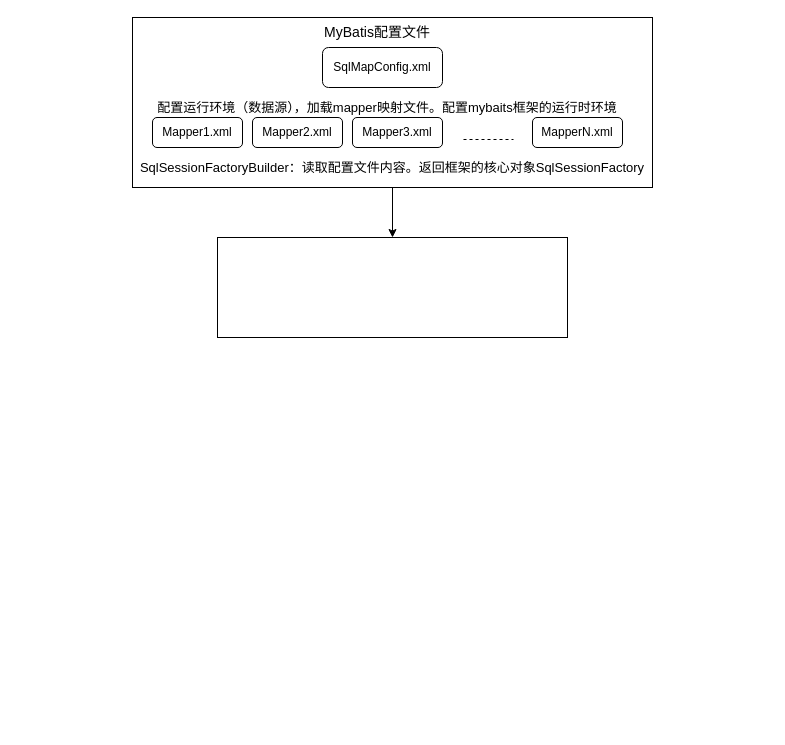
The draw.io diagram note attachments/02-后端框架/04-MyBatis/MyBatis框架执行流程.drawio in MooNkirA/code-learning-note, before the edit. Source tidied: cells renumbered, new cells numbered last; positions are measured from the earlier drawing's top-left corner, leaving out a move shared by most shapes. Both pictures are drawn from the tidied source at 100%, with x=0, y=0 at pixel (132, 17).
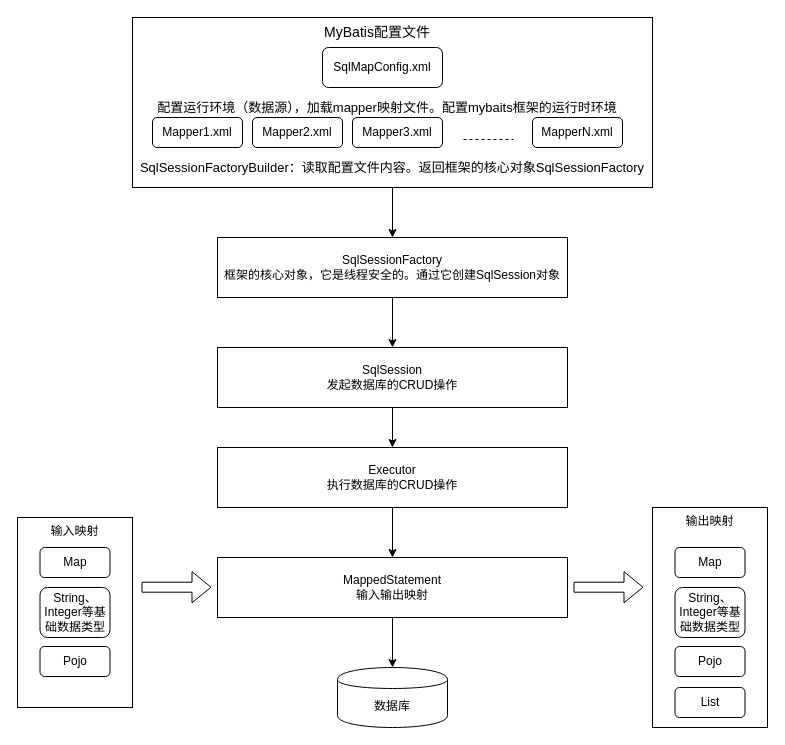
Above is the later version.

What changed in the source:
```diff
@@
+    <mxCell id="14" value="输入映射" style="rounded=0;whiteSpace=wrap;html=1;verticalAlign=top;" parent="1" vertex="1">
+      <mxGeometry x="-115" y="500" width="115" height="190" as="geometry" />
+    </mxCell>
+    <mxCell id="15" value="输出映射" style="rounded=0;whiteSpace=wrap;html=1;verticalAlign=top;" parent="1" vertex="1">
+      <mxGeometry x="520" y="490" width="115" height="220" as="geometry" />
+    </mxCell>
@@
+    <mxCell id="16" style="edgeStyle=orthogonalEdgeStyle;rounded=0;jettySize=auto;html=1;" parent="1" edge="1" source="13" target="18">
+      <mxGeometry relative="1" as="geometry" />
+    </mxCell>
-    <mxCell id="13" style="rounded=0;whiteSpace=wrap;html=1;" parent="1" vertex="1">
-      <mxGeometry x="85" y="220" width="350" height="100" as="geometry" />
+    <mxCell id="13" value="&lt;div&gt;SqlSessionFactory&lt;/div&gt;&lt;div&gt;框架的核心对象，它是线程安全的。通过它创建SqlSession对象&lt;/div&gt;" style="rounded=0;whiteSpace=wrap;html=1;" parent="1" vertex="1">
+      <mxGeometry x="85" y="220" width="350" height="60" as="geometry" />
     </mxCell>
+    <mxCell id="17" style="edgeStyle=orthogonalEdgeStyle;rounded=0;jettySize=auto;html=1;" parent="1" edge="1" source="18" target="20">
+      <mxGeometry relative="1" as="geometry" />
+    </mxCell>
+    <mxCell id="18" value="&lt;div&gt;SqlSession&lt;/div&gt;&lt;div&gt;发起数据库的CRUD操作&lt;/div&gt;" style="rounded=0;whiteSpace=wrap;html=1;" parent="1" vertex="1">
+      <mxGeometry x="85" y="330" width="350" height="60" as="geometry" />
+    </mxCell>
+    <mxCell id="19" style="edgeStyle=orthogonalEdgeStyle;rounded=0;jettySize=auto;html=1;" parent="1" edge="1" source="20" target="22">
+      <mxGeometry relative="1" as="geometry" />
+    </mxCell>
+    <mxCell id="20" value="&lt;div&gt;Executor&lt;/div&gt;&lt;div&gt;执行数据库的CRUD操作&lt;/div&gt;" style="rounded=0;whiteSpace=wrap;html=1;" parent="1" vertex="1">
+      <mxGeometry x="85" y="430" width="350" height="60" as="geometry" />
+    </mxCell>
+    <mxCell id="21" style="edgeStyle=orthogonalEdgeStyle;rounded=0;jettySize=auto;html=1;" parent="1" edge="1" source="22" target="23">
+      <mxGeometry relative="1" as="geometry" />
+    </mxCell>
+    <mxCell id="22" value="&lt;div&gt;MappedStatement&lt;/div&gt;&lt;div&gt;输入输出映射&lt;/div&gt;" style="rounded=0;whiteSpace=wrap;html=1;" parent="1" vertex="1">
+      <mxGeometry x="85" y="540" width="350" height="60" as="geometry" />
+    </mxCell>
+    <mxCell id="23" value="数据库" style="shape=cylinder;whiteSpace=wrap;html=1;boundedLbl=1;backgroundOutline=1;" parent="1" vertex="1">
+      <mxGeometry x="205" y="650" width="110" height="60" as="geometry" />
+    </mxCell>
+    <mxCell id="24" style="shape=flexArrow;endArrow=classic;html=1;" parent="1" edge="1">
+      <mxGeometry relative="1" as="geometry">
+        <mxPoint x="9" y="569.7" as="sourcePoint" />
+        <mxPoint x="79" y="569.7" as="targetPoint" />
+      </mxGeometry>
+    </mxCell>
+    <mxCell id="25" style="shape=flexArrow;endArrow=classic;html=1;" parent="1" edge="1">
+      <mxGeometry relative="1" as="geometry">
+        <mxPoint x="441" y="569.7" as="sourcePoint" />
+        <mxPoint x="511" y="569.7" as="targetPoint" />
+      </mxGeometry>
+    </mxCell>
+    <mxCell id="26" value="Map" style="rounded=1;whiteSpace=wrap;html=1;" parent="1" vertex="1">
+      <mxGeometry x="-92.5" y="530" width="70" height="30" as="geometry" />
+    </mxCell>
+    <mxCell id="27" value="String、Integer等基础数据类型" style="rounded=1;whiteSpace=wrap;html=1;" parent="1" vertex="1">
+      <mxGeometry x="-92.5" y="570" width="70" height="50" as="geometry" />
+    </mxCell>
+    <mxCell id="28" value="Pojo" style="rounded=1;whiteSpace=wrap;html=1;" parent="1" vertex="1">
+      <mxGeometry x="-92.5" y="629" width="70" height="30" as="geometry" />
+    </mxCell>
+    <mxCell id="29" value="Map" style="rounded=1;whiteSpace=wrap;html=1;" parent="1" vertex="1">
+      <mxGeometry x="542.5" y="530" width="70" height="30" as="geometry" />
+    </mxCell>
+    <mxCell id="30" value="String、Integer等基础数据类型" style="rounded=1;whiteSpace=wrap;html=1;" parent="1" vertex="1">
+      <mxGeometry x="542.5" y="570" width="70" height="50" as="geometry" />
+    </mxCell>
+    <mxCell id="31" value="Pojo" style="rounded=1;whiteSpace=wrap;html=1;" parent="1" vertex="1">
+      <mxGeometry x="542.5" y="629" width="70" height="30" as="geometry" />
+    </mxCell>
+    <mxCell id="32" value="List" style="rounded=1;whiteSpace=wrap;html=1;" parent="1" vertex="1">
+      <mxGeometry x="542.5" y="670" width="70" height="30" as="geometry" />
+    </mxCell>
```
